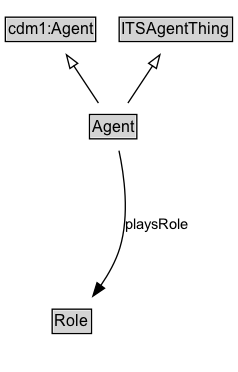
ISO-TC204/ontology-its-agent-v1 keeps this Graphviz diagram as docs/diagrams/Agent.dot.png. Above is the earlier version. Its source is kept beside it as docs/diagrams/Agent.dot. Its diagram source:
```dot
digraph {
	graph [overlap=false rankdir=TB splines=true]
	node [fontname=Arial fontsize=12 margin=0 shape=none]
	edge [fontname=Arial fontsize=11]
	{
		rank=source
		cdm1_Agent [label=<<TABLE BORDER="1" CELLBORDER="0" CELLSPACING="0" CELLPADDING="1"><TR><TD BGCOLOR="lightgray" ALIGN="CENTER">cdm1:Agent</TD></TR></TABLE>> URL="https://w3id.org/citydata/part1/v1/Agent" margin=0]
		ITSAgentThing [label=<<TABLE BORDER="1" CELLBORDER="0" CELLSPACING="0" CELLPADDING="1"><TR><TD BGCOLOR="lightgray" ALIGN="CENTER">ITSAgentThing</TD></TR></TABLE>> URL="../ITSAgentThing" margin=0]
	}
	Agent [label=<<TABLE BORDER="1" CELLBORDER="0" CELLSPACING="0" CELLPADDING="1"><TR><TD BGCOLOR="lightgray" ALIGN="CENTER">Agent</TD></TR></TABLE>> URL="../Agent" margin=0]
	{
		rank=max
	}
	subgraph cluster_associated {
		label="" style=invis
		Invis [label=<<TABLE BORDER="0" CELLBORDER="0" CELLSPACING="0" CELLPADDING="1"><TR><TD></TD></TR></TABLE>> margin=0 style=invis]
		Role [label=<<TABLE BORDER="1" CELLBORDER="0" CELLSPACING="0" CELLPADDING="1"><TR><TD BGCOLOR="lightgray" ALIGN="CENTER">Role</TD></TR></TABLE>> URL="../Role" margin=0]
	}
	Agent -> cdm1_Agent [arrowhead=onormal style=solid]
	Agent -> ITSAgentThing [arrowhead=onormal style=solid]
	Agent -> Invis [style=invis]
	Invis -> Role [style=invis]
	Role [label=<<TABLE BORDER="1" CELLBORDER="0" CELLSPACING="0" CELLPADDING="1"><TR><TD BGCOLOR="lightgray" ALIGN="CENTER">Role</TD></TR></TABLE>> URL="../Role" margin=0]
	Agent -> Role [label=playsRole arrowhead=normal style=solid]
}
```
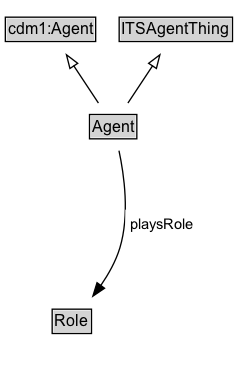
Later version of the same file.

Diff of the diagram source:
```diff
@@ -21,5 +21,5 @@
 	Agent -> Invis [style=invis]
 	Invis -> Role [style=invis]
 	Role [label=<<TABLE BORDER="1" CELLBORDER="0" CELLSPACING="0" CELLPADDING="1"><TR><TD BGCOLOR="lightgray" ALIGN="CENTER">Role</TD></TR></TABLE>> URL="../Role" margin=0]
-	Agent -> Role [label=playsRole arrowhead=normal style=solid]
+	Agent -> Role [label=<<TABLE BORDER="0" CELLBORDER="0" CELLSPACING="0" CELLPADDING="4" BGCOLOR="white"><TR><TD ALIGN="CENTER">playsRole</TD></TR></TABLE>> arrowhead=normal style=solid]
 }
```
